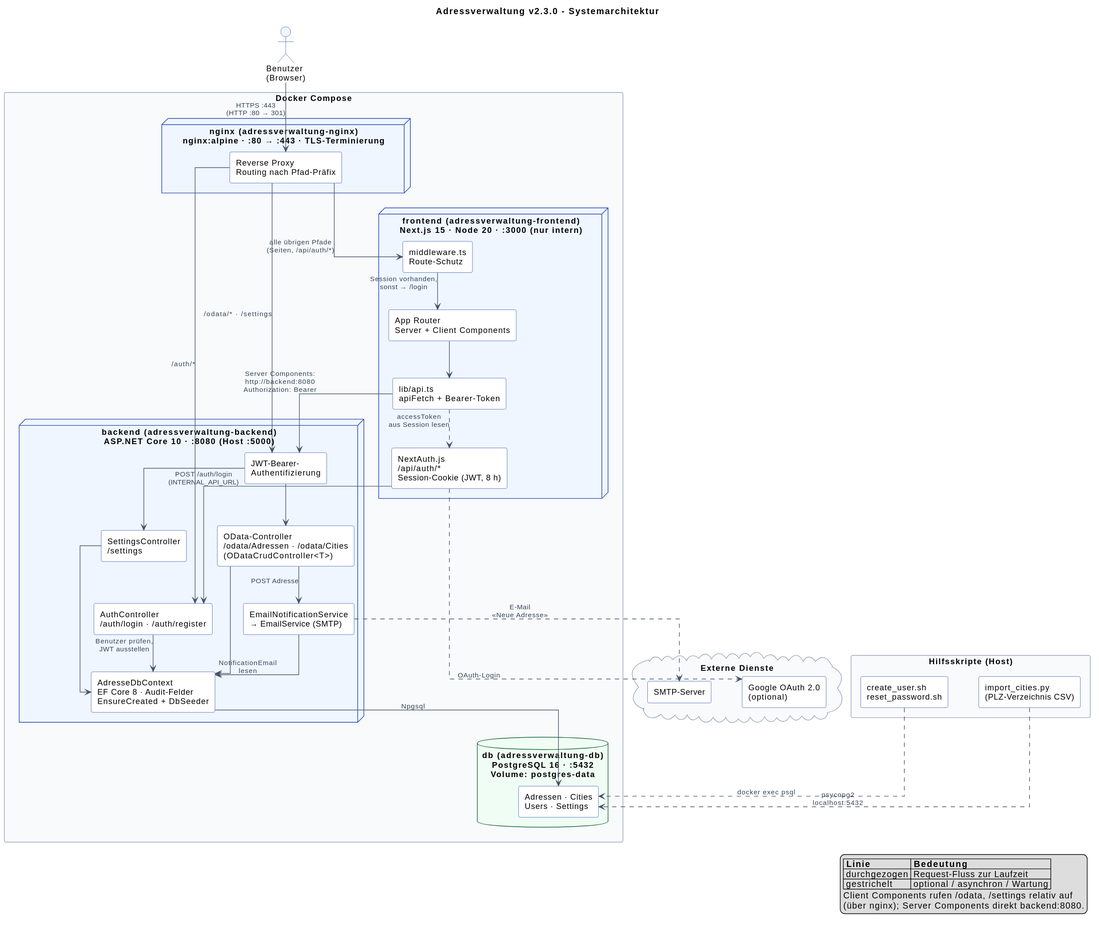
The PlantUML diagram documentation/Systemarchitektur.svg in erich3019/adressverwaltung, before a commit. Source of this version:
```plantuml
@startuml

title Adressverwaltung v2.3.0 - Systemarchitektur

skinparam shadowing false
skinparam defaultFontName sans-serif
skinparam defaultFontSize 13
skinparam componentStyle rectangle
skinparam linetype ortho
skinparam nodesep 50
skinparam ranksep 60
skinparam ArrowColor #475569
skinparam ArrowFontColor #334155
skinparam ArrowFontSize 11
skinparam rectangle {
  BorderColor #94A3B8
  BackgroundColor #F8FAFC
}
skinparam node {
  BorderColor #1E40AF
  BackgroundColor #EFF6FF
}
skinparam component {
  BorderColor #1E40AF
  BackgroundColor #FFFFFF
}
skinparam database {
  BorderColor #166534
  BackgroundColor #F0FDF4
}
skinparam cloud {
  BorderColor #94A3B8
  BackgroundColor #F8FAFC
}
skinparam actor {
  BorderColor #1E40AF
  BackgroundColor #EFF6FF
}

actor "Benutzer\n(Browser)" as user

cloud "Externe Dienste" as ext {
  component "SMTP-Server" as smtp
  component "Google OAuth 2.0\n(optional)" as google
}

rectangle "Docker Compose" as compose {

  node "nginx  (adressverwaltung-nginx)\nnginx:alpine · :80 → :443 · TLS-Terminierung" as nginx {
    component "Reverse Proxy\nRouting nach Pfad-Präfix" as proxy
  }

  node "frontend  (adressverwaltung-frontend)\nNext.js 15 · Node 20 · :3000 (nur intern)" as frontend {
    component "middleware.ts\nRoute-Schutz" as mw
    component "App Router\nServer + Client Components" as pages
    component "NextAuth.js\n/api/auth/*\nSession-Cookie (JWT, 8 h)" as nextauth
    component "lib/api.ts\napiFetch + Bearer-Token" as api
  }

  node "backend  (adressverwaltung-backend)\nASP.NET Core 10 · :8080 (Host :5000)" as backend {
    component "JWT-Bearer-\nAuthentifizierung" as jwt
    component "AuthController\n/auth/login · /auth/register" as authc
    component "OData-Controller\n/odata/Adressen · /odata/Cities\n(ODataCrudController<T>)" as odata
    component "SettingsController\n/settings" as settingsc
    component "EmailNotificationService\n→ EmailService (SMTP)" as notify
    component "AdresseDbContext\nEF Core 8 · Audit-Felder\nEnsureCreated + DbSeeder" as dbctx
  }

  database "db  (adressverwaltung-db)\nPostgreSQL 16 · :5432\nVolume: postgres-data" as db {
    component "Adressen · Cities\nUsers · Settings" as tables
  }
}

rectangle "Hilfsskripte (Host)" as scripts {
  component "create_user.sh\nreset_password.sh" as usersh
  component "import_cities.py\n(PLZ-Verzeichnis CSV)" as importpy
}

user --> proxy : HTTPS :443\n(HTTP :80 → 301)

proxy --> mw : alle übrigen Pfade\n(Seiten, /api/auth/*)
proxy --> jwt : /odata/*  ·  /settings
proxy --> authc : /auth/*

mw --> pages : Session vorhanden,\nsonst → /login
pages --> api
api ..> nextauth : accessToken\naus Session lesen

nextauth --> authc : POST /auth/login\n(INTERNAL_API_URL)
api --> jwt : Server Components:\nhttp://backend:8080\nAuthorization: Bearer
nextauth ..> google : OAuth-Login

jwt --> odata
jwt --> settingsc
odata --> notify : POST Adresse
odata --> dbctx
settingsc --> dbctx
authc --> dbctx : Benutzer prüfen,\nJWT ausstellen
notify --> dbctx : NotificationEmail\nlesen
notify ..> smtp : E-Mail\n«Neue Adresse»

dbctx --> tables : Npgsql

usersh ..> tables : docker exec psql
importpy ..> tables : psycopg2\nlocalhost:5432

legend right
  |= Linie |= Bedeutung |
  | durchgezogen | Request-Fluss zur Laufzeit |
  | gestrichelt | optional / asynchron / Wartung |
  Client Components rufen /odata, /settings relativ auf
  (über nginx); Server Components direkt backend:8080.
endlegend
@enduml
```
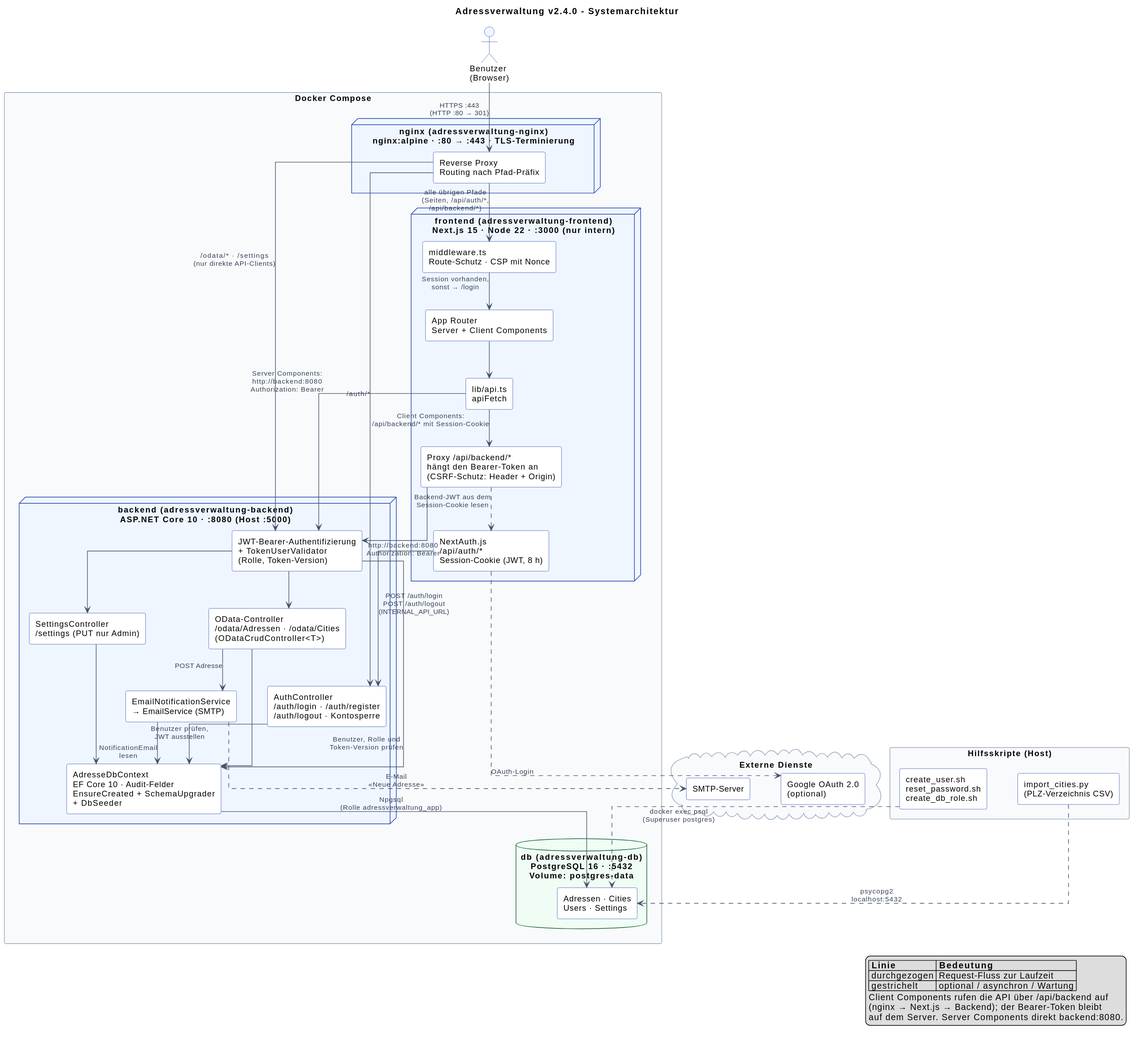
The same diagram one commit later.

What changed in the source:
```diff
@@ -1,6 +1,6 @@
 @startuml
 
-title Adressverwaltung v2.3.0 - Systemarchitektur
+title Adressverwaltung v2.4.0 - Systemarchitektur
 
 skinparam shadowing false
 skinparam defaultFontName sans-serif
@@ -50,20 +50,21 @@
     component "Reverse Proxy\nRouting nach Pfad-Präfix" as proxy
   }
 
-  node "frontend  (adressverwaltung-frontend)\nNext.js 15 · Node 20 · :3000 (nur intern)" as frontend {
-    component "middleware.ts\nRoute-Schutz" as mw
+  node "frontend  (adressverwaltung-frontend)\nNext.js 15 · Node 22 · :3000 (nur intern)" as frontend {
+    component "middleware.ts\nRoute-Schutz · CSP mit Nonce" as mw
     component "App Router\nServer + Client Components" as pages
     component "NextAuth.js\n/api/auth/*\nSession-Cookie (JWT, 8 h)" as nextauth
-    component "lib/api.ts\napiFetch + Bearer-Token" as api
+    component "lib/api.ts\napiFetch" as api
+    component "Proxy /api/backend/*\nhängt den Bearer-Token an\n(CSRF-Schutz: Header + Origin)" as bproxy
   }
 
   node "backend  (adressverwaltung-backend)\nASP.NET Core 10 · :8080 (Host :5000)" as backend {
-    component "JWT-Bearer-\nAuthentifizierung" as jwt
-    component "AuthController\n/auth/login · /auth/register" as authc
+    component "JWT-Bearer-Authentifizierung\n+ TokenUserValidator\n(Rolle, Token-Version)" as jwt
+    component "AuthController\n/auth/login · /auth/register\n/auth/logout · Kontosperre" as authc
     component "OData-Controller\n/odata/Adressen · /odata/Cities\n(ODataCrudController<T>)" as odata
-    component "SettingsController\n/settings" as settingsc
+    component "SettingsController\n/settings (PUT nur Admin)" as settingsc
     component "EmailNotificationService\n→ EmailService (SMTP)" as notify
-    component "AdresseDbContext\nEF Core 8 · Audit-Felder\nEnsureCreated + DbSeeder" as dbctx
+    component "AdresseDbContext\nEF Core 10 · Audit-Felder\nEnsureCreated + SchemaUpgrader\n+ DbSeeder" as dbctx
   }
 
   database "db  (adressverwaltung-db)\nPostgreSQL 16 · :5432\nVolume: postgres-data" as db {
@@ -72,26 +73,29 @@
 }
 
 rectangle "Hilfsskripte (Host)" as scripts {
-  component "create_user.sh\nreset_password.sh" as usersh
+  component "create_user.sh\nreset_password.sh\ncreate_db_role.sh" as usersh
   component "import_cities.py\n(PLZ-Verzeichnis CSV)" as importpy
 }
 
 user --> proxy : HTTPS :443\n(HTTP :80 → 301)
 
-proxy --> mw : alle übrigen Pfade\n(Seiten, /api/auth/*)
-proxy --> jwt : /odata/*  ·  /settings
+proxy --> mw : alle übrigen Pfade\n(Seiten, /api/auth/*,\n/api/backend/*)
+proxy --> jwt : /odata/*  ·  /settings\n(nur direkte API-Clients)
 proxy --> authc : /auth/*
 
 mw --> pages : Session vorhanden,\nsonst → /login
 pages --> api
-api ..> nextauth : accessToken\naus Session lesen
+api --> bproxy : Client Components:\n/api/backend/* mit Session-Cookie
+bproxy ..> nextauth : Backend-JWT aus dem\nSession-Cookie lesen
 
-nextauth --> authc : POST /auth/login\n(INTERNAL_API_URL)
+nextauth --> authc : POST /auth/login\nPOST /auth/logout\n(INTERNAL_API_URL)
 api --> jwt : Server Components:\nhttp://backend:8080\nAuthorization: Bearer
+bproxy --> jwt : http://backend:8080\nAuthorization: Bearer
 nextauth ..> google : OAuth-Login
 
 jwt --> odata
 jwt --> settingsc
+jwt --> dbctx : Benutzer, Rolle und\nToken-Version prüfen
 odata --> notify : POST Adresse
 odata --> dbctx
 settingsc --> dbctx
@@ -99,16 +103,17 @@
 notify --> dbctx : NotificationEmail\nlesen
 notify ..> smtp : E-Mail\n«Neue Adresse»
 
-dbctx --> tables : Npgsql
+dbctx --> tables : Npgsql\n(Rolle adressverwaltung_app)
 
-usersh ..> tables : docker exec psql
+usersh ..> tables : docker exec psql\n(Superuser postgres)
 importpy ..> tables : psycopg2\nlocalhost:5432
 
 legend right
   |= Linie |= Bedeutung |
   | durchgezogen | Request-Fluss zur Laufzeit |
   | gestrichelt | optional / asynchron / Wartung |
-  Client Components rufen /odata, /settings relativ auf
-  (über nginx); Server Components direkt backend:8080.
+  Client Components rufen die API über /api/backend auf
+  (nginx → Next.js → Backend); der Bearer-Token bleibt
+  auf dem Server. Server Components direkt backend:8080.
 endlegend
 @enduml
```
